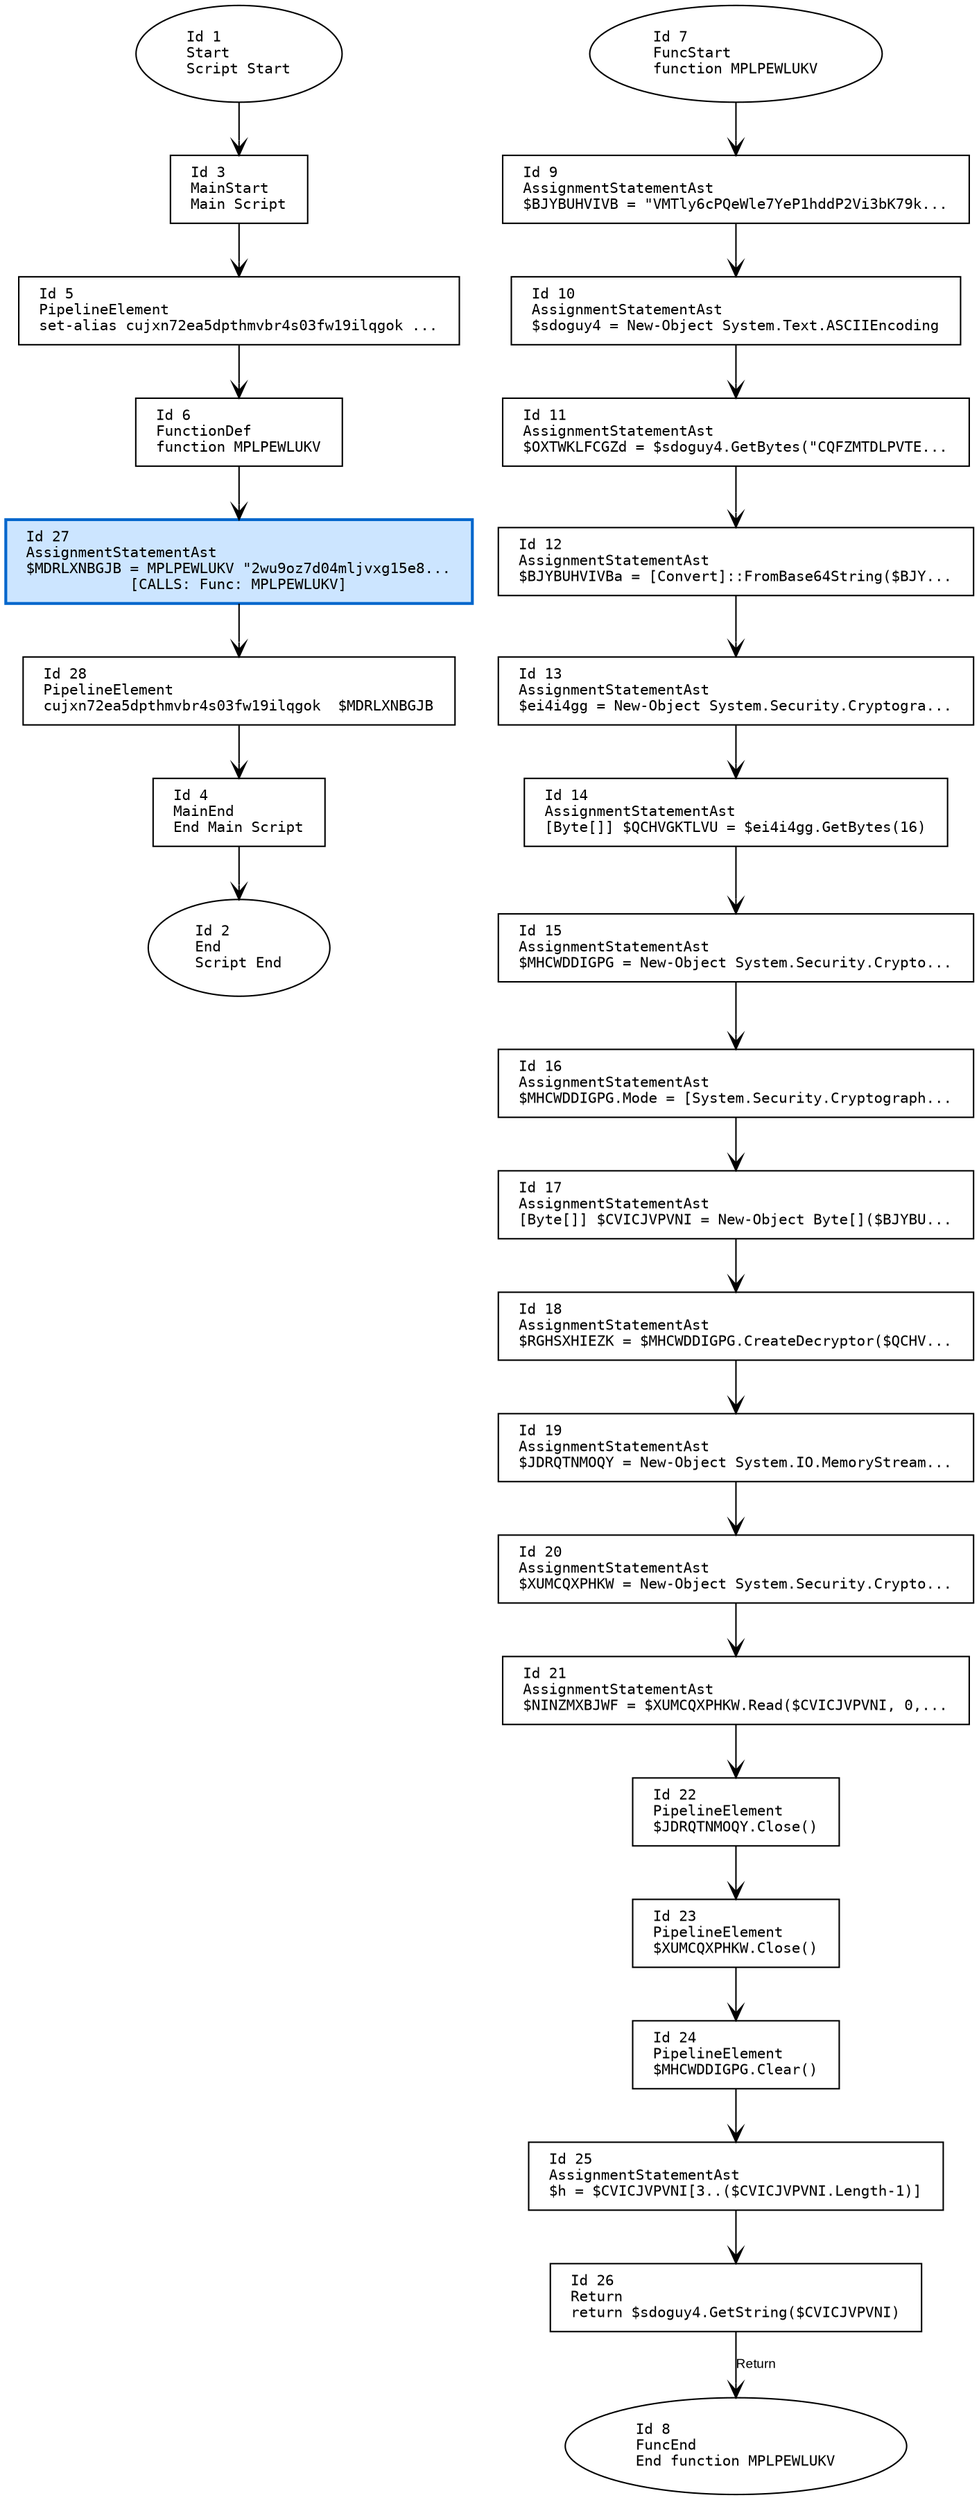
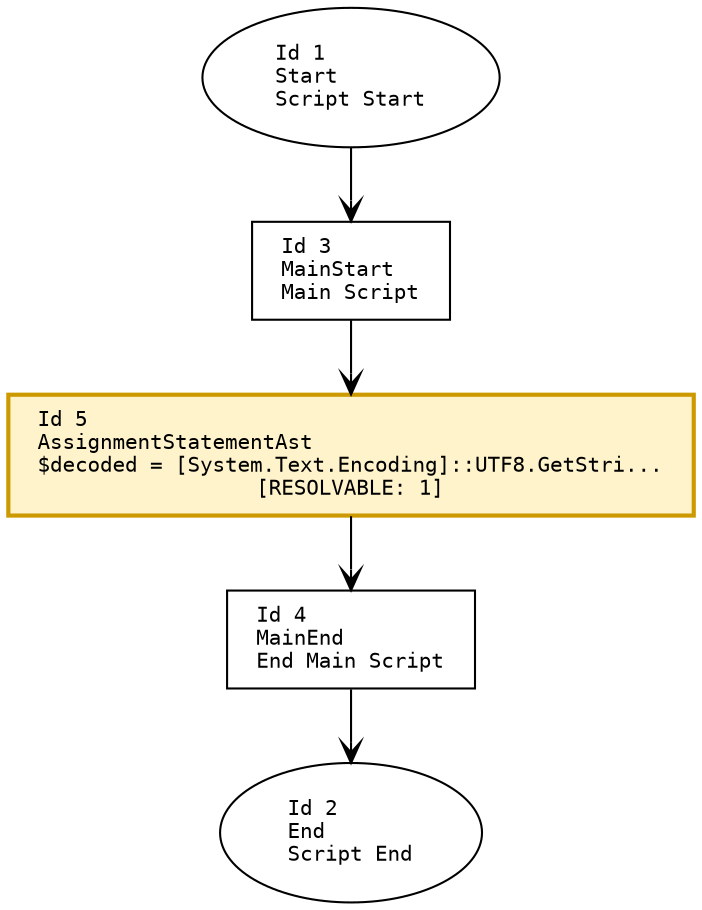
digraph G {
    rankdir=TB;
    node [
        fontname="Consolas"
        shape=box
        width=0
        height=0
        margin="0.2,0.1"
        fontsize=10
    ];
    edge [fontname="Arial", arrowhead=vee, fontsize=9];

    // Nodes
    1 [label="Id 1\lStart\lScript Start", shape=oval];
    2 [label="Id 2\lEnd\lScript End", shape=oval];
    3 [label="Id 3\lMainStart\lMain Script", shape=box];
    4 [label="Id 4\lMainEnd\lEnd Main Script", shape=box];
-     5 [label="Id 5\lPipelineElement\lset-alias cujxn72ea5dpthmvbr4s03fw19ilqgok ...", shape=box];
-     6 [label="Id 6\lFunctionDef\lfunction MPLPEWLUKV", shape=box];
-     7 [label="Id 7\lFuncStart\lfunction MPLPEWLUKV", shape=oval];
-     8 [label="Id 8\lFuncEnd\lEnd function MPLPEWLUKV", shape=oval];
-     9 [label="Id 9\lAssignmentStatementAst\l$BJYBUHVIVB = \"VMTly6cPQeWle7YeP1hddP2Vi3bK79k...", shape=box];
-     10 [label="Id 10\lAssignmentStatementAst\l$sdoguy4 = New-Object System.Text.ASCIIEncoding", shape=box];
-     11 [label="Id 11\lAssignmentStatementAst\l$OXTWKLFCGZd = $sdoguy4.GetBytes(\"CQFZMTDLPVTE...", shape=box];
-     12 [label="Id 12\lAssignmentStatementAst\l$BJYBUHVIVBa = [Convert]::FromBase64String($BJY...", shape=box];
-     13 [label="Id 13\lAssignmentStatementAst\l$ei4i4gg = New-Object System.Security.Cryptogra...", shape=box];
-     14 [label="Id 14\lAssignmentStatementAst\l[Byte[]] $QCHVGKTLVU = $ei4i4gg.GetBytes(16)", shape=box];
-     15 [label="Id 15\lAssignmentStatementAst\l$MHCWDDIGPG = New-Object System.Security.Crypto...", shape=box];
-     16 [label="Id 16\lAssignmentStatementAst\l$MHCWDDIGPG.Mode = [System.Security.Cryptograph...", shape=box];
-     17 [label="Id 17\lAssignmentStatementAst\l[Byte[]] $CVICJVPVNI = New-Object Byte[]($BJYBU...", shape=box];
-     18 [label="Id 18\lAssignmentStatementAst\l$RGHSXHIEZK = $MHCWDDIGPG.CreateDecryptor($QCHV...", shape=box];
-     19 [label="Id 19\lAssignmentStatementAst\l$JDRQTNMOQY = New-Object System.IO.MemoryStream...", shape=box];
-     20 [label="Id 20\lAssignmentStatementAst\l$XUMCQXPHKW = New-Object System.Security.Crypto...", shape=box];
-     21 [label="Id 21\lAssignmentStatementAst\l$NINZMXBJWF = $XUMCQXPHKW.Read($CVICJVPVNI, 0,...", shape=box];
-     22 [label="Id 22\lPipelineElement\l$JDRQTNMOQY.Close()", shape=box];
-     23 [label="Id 23\lPipelineElement\l$XUMCQXPHKW.Close()", shape=box];
-     24 [label="Id 24\lPipelineElement\l$MHCWDDIGPG.Clear()", shape=box];
-     25 [label="Id 25\lAssignmentStatementAst\l$h = $CVICJVPVNI[3..($CVICJVPVNI.Length-1)]", shape=box];
-     26 [label="Id 26\lReturn\lreturn $sdoguy4.GetString($CVICJVPVNI)", shape=box];
-     27 [label="Id 27\lAssignmentStatementAst\l$MDRLXNBGJB = MPLPEWLUKV \"2wu9oz7d04mljvxg15e8...\l[CALLS: Func: MPLPEWLUKV]", shape=box, style=filled, fillcolor="#cce5ff", color="#0066cc", penwidth=2];
-     28 [label="Id 28\lPipelineElement\lcujxn72ea5dpthmvbr4s03fw19ilqgok  $MDRLXNBGJB", shape=box];
+     5 [label="Id 5\lAssignmentStatementAst\l$decoded = [System.Text.Encoding]::UTF8.GetStri...\l[RESOLVABLE: 1]", shape=box, style=filled, fillcolor="#fff3cc", color="#cc9900", penwidth=2];

    // Edges
    1 -> 3;
    3 -> 5;
-     5 -> 6;
-     7 -> 9;
-     9 -> 10;
-     10 -> 11;
-     11 -> 12;
-     12 -> 13;
-     13 -> 14;
-     14 -> 15;
-     15 -> 16;
-     16 -> 17;
-     17 -> 18;
-     18 -> 19;
-     19 -> 20;
-     20 -> 21;
-     21 -> 22;
-     22 -> 23;
-     23 -> 24;
-     24 -> 25;
-     25 -> 26;
-     26 -> 8 [label="Return"];
-     6 -> 27;
-     27 -> 28;
-     28 -> 4;
+     5 -> 4;
    4 -> 2;
}